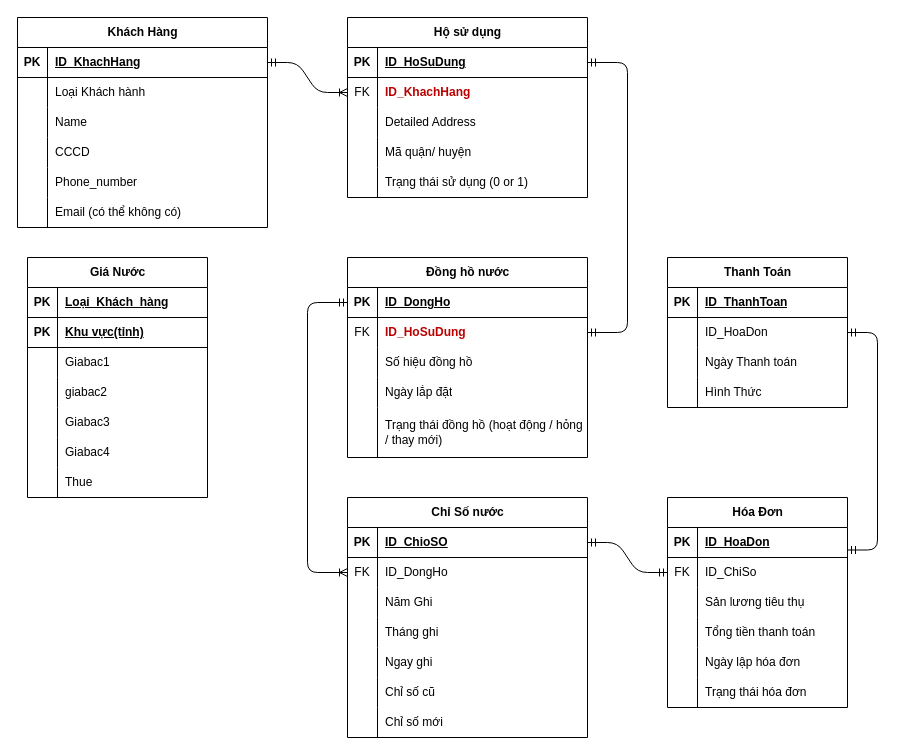
Above: csdl.drawio in lethanhtung7002/water_management (draw.io), before the change. Source tidied: cells renumbered, new cells numbered last; positions are measured from the earlier drawing's top-left corner, leaving out a move shared by most shapes. Both pictures are drawn from the tidied source at 100%, with x=0, y=0 at pixel (17, 17).
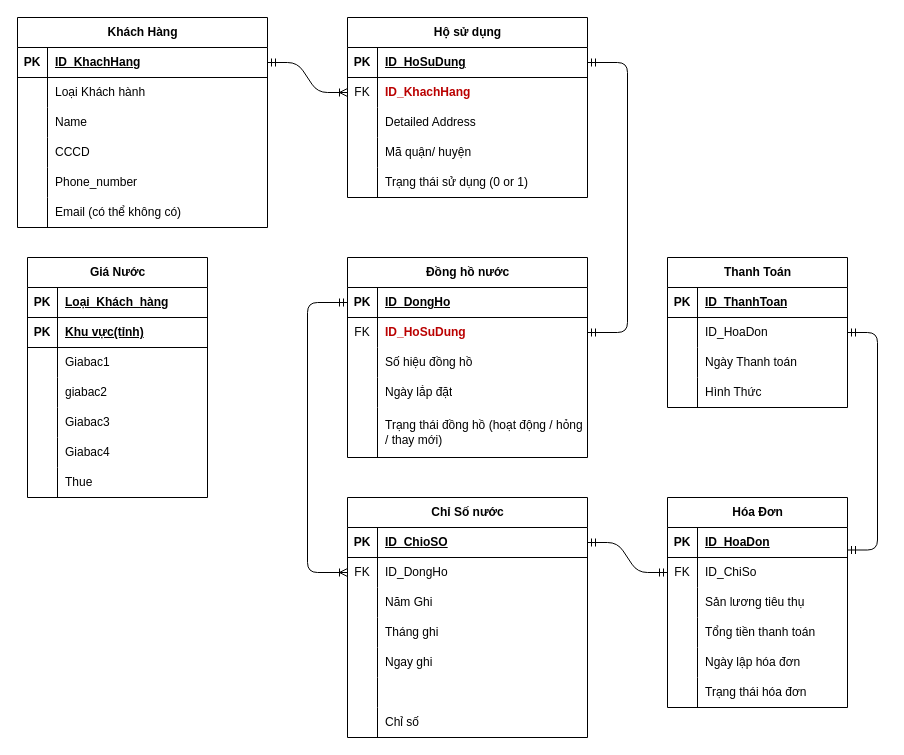
The same page after the edit.

Commit message (it also covers changes not shown here):
them file connect csdl

The change refers to these unchanged cells:
```xml
<mxCell id="69" style="shape=tableRow;horizontal=0;startSize=0;swimlaneHead=0;swimlaneBody=0;fillColor=none;top=0;left=0;right=0;bottom=0;" parent="53" vertex="1">
  <mxGeometry y="180" width="240" height="30" as="geometry" />
</mxCell>
<mxCell id="72" style="shape=tableRow;horizontal=0;startSize=0;swimlaneHead=0;swimlaneBody=0;fillColor=none;top=0;left=0;right=0;bottom=0;" parent="53" vertex="1">
  <mxGeometry y="210" width="240" height="30" as="geometry" />
</mxCell>
```

Diff of the diagram source:
```diff
@@
-    <mxCell id="71" value="Chỉ số cũ" style="shape=partialRectangle;fillColor=none;top=0;left=0;bottom=0;right=0;align=left;spacingLeft=6;overflow=hidden;whiteSpace=wrap;html=1;" parent="69" vertex="1">
+    <mxCell id="71" style="shape=partialRectangle;fillColor=none;top=0;left=0;bottom=0;right=0;align=left;spacingLeft=6;overflow=hidden;whiteSpace=wrap;html=1;" parent="69" vertex="1">
       <mxGeometry x="30" width="210" height="30" as="geometry" />
     </mxCell>
@@
-    <mxCell id="74" value="Chỉ số mới" style="shape=partialRectangle;fillColor=none;top=0;left=0;bottom=0;right=0;align=left;spacingLeft=6;overflow=hidden;whiteSpace=wrap;html=1;" parent="72" vertex="1">
+    <mxCell id="74" value="Chỉ số&amp;nbsp;" style="shape=partialRectangle;fillColor=none;top=0;left=0;bottom=0;right=0;align=left;spacingLeft=6;overflow=hidden;whiteSpace=wrap;html=1;" parent="72" vertex="1">
       <mxGeometry x="30" width="210" height="30" as="geometry" />
     </mxCell>
```
